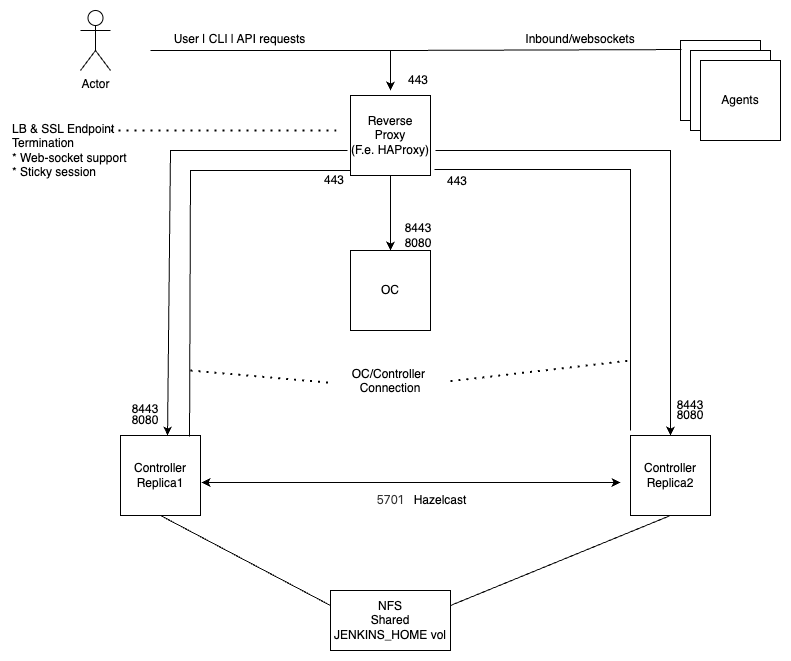
This is docs/Ci-HAProxy.png from org-cloudbees-dragan/traditional-ha, a draw.io export, as it was before one commit. Source tidied: cells renumbered, new cells last; positions are measured from the earlier drawing's top-left corner, leaving out a move shared by most shapes.
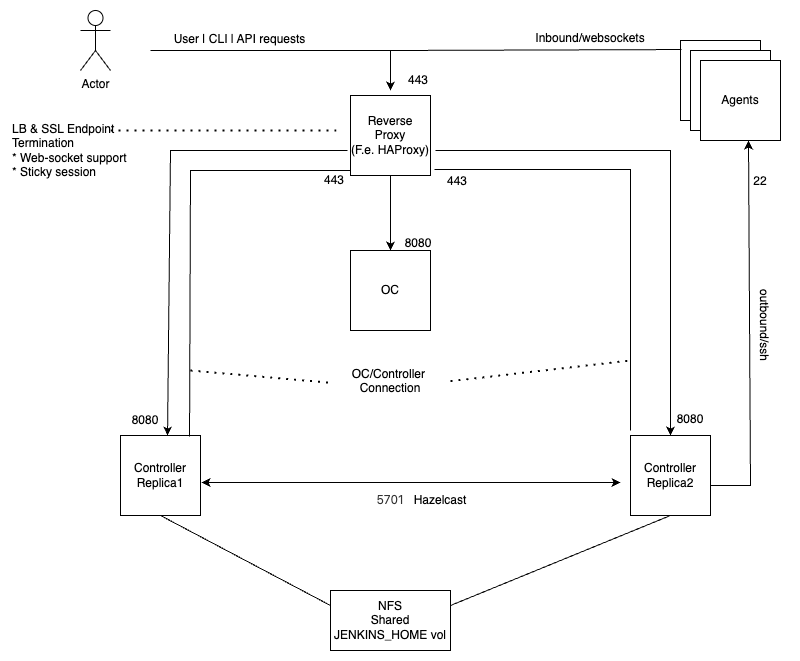
Later version of the same file.

What changed in the source:
```diff
@@ -44,7 +44,7 @@
       <mxGeometry x="105" y="395" width="60" height="30" as="geometry" />
     </mxCell>
     <mxCell id="12" value="8080" style="text;html=1;align=center;verticalAlign=middle;whiteSpace=wrap;rounded=0;" parent="1" vertex="1">
-      <mxGeometry x="650" y="390" width="60" height="30" as="geometry" />
+      <mxGeometry x="650" y="394" width="60" height="30" as="geometry" />
     </mxCell>
     <mxCell id="13" style="endArrow=classic;html=1;rounded=0;entryX=0.5;entryY=0;entryDx=0;entryDy=0;" parent="1" edge="1" target="4">
       <mxGeometry relative="1" as="geometry">
@@ -57,8 +57,8 @@
     <mxCell id="14" value="Agents" style="whiteSpace=wrap;html=1;" parent="1" vertex="1">
       <mxGeometry x="670" y="30" width="80" height="80" as="geometry" />
     </mxCell>
-    <mxCell id="15" value="Inbound/websockets" style="text;html=1;align=center;verticalAlign=middle;whiteSpace=wrap;rounded=0;" parent="1" vertex="1">
-      <mxGeometry x="460" y="14" width="220" height="30" as="geometry" />
+    <mxCell id="15" value="outbound/ssh" style="text;html=1;align=center;verticalAlign=middle;whiteSpace=wrap;rounded=0;rotation=90;" parent="1" vertex="1">
+      <mxGeometry x="644" y="300" width="220" height="30" as="geometry" />
     </mxCell>
     <mxCell id="16" style="endArrow=none;html=1;rounded=0;entryX=0.013;entryY=0.113;entryDx=0;entryDy=0;entryPerimeter=0;" parent="1" edge="1" target="14">
       <mxGeometry relative="1" as="geometry">
@@ -85,7 +85,7 @@
     <mxCell id="22" style="endArrow=classic;html=1;rounded=0;entryX=0.5;entryY=0;entryDx=0;entryDy=0;exitX=0.5;exitY=1;exitDx=0;exitDy=0;" parent="1" edge="1" source="2" target="21">
       <mxGeometry relative="1" as="geometry" />
     </mxCell>
-    <mxCell id="23" value="8443&lt;br&gt;8080" style="text;html=1;align=center;verticalAlign=middle;whiteSpace=wrap;rounded=0;" parent="1" vertex="1">
+    <mxCell id="23" value="&lt;br&gt;8080" style="text;html=1;align=center;verticalAlign=middle;whiteSpace=wrap;rounded=0;" parent="1" vertex="1">
       <mxGeometry x="378" y="210" width="60" height="30" as="geometry" />
     </mxCell>
     <mxCell id="24" value="LB &amp;amp; SSL Endpoint Termination&lt;br&gt;* Web-socket support&lt;br&gt;* Sticky session" style="text;html=1;align=left;verticalAlign=middle;whiteSpace=wrap;rounded=0;" parent="1" vertex="1">
@@ -141,11 +141,18 @@
     <mxCell id="35" value="Agents" style="whiteSpace=wrap;html=1;" parent="1" vertex="1">
       <mxGeometry x="690" y="50" width="80" height="80" as="geometry" />
     </mxCell>
-    <mxCell id="36" value="8443" style="text;html=1;align=center;verticalAlign=middle;whiteSpace=wrap;rounded=0;" parent="1" vertex="1">
-      <mxGeometry x="105" y="384" width="60" height="30" as="geometry" />
-    </mxCell>
-    <mxCell id="37" value="8443" style="text;html=1;align=center;verticalAlign=middle;whiteSpace=wrap;rounded=0;" parent="1" vertex="1">
-      <mxGeometry x="650" y="380" width="60" height="30" as="geometry" />
-    </mxCell>
+    <mxCell id="38" style="endArrow=classic;html=1;rounded=0;exitX=1;exitY=0.625;exitDx=0;exitDy=0;exitPerimeter=0;entryX=0.6;entryY=1;entryDx=0;entryDy=0;entryPerimeter=0;" parent="1" edge="1" source="4" target="35">
+      <mxGeometry relative="1" as="geometry">
+        <Array as="points">
+          <mxPoint x="740" y="475" />
+        </Array>
+      </mxGeometry>
+    </mxCell>
+    <mxCell id="39" value="22" style="text;html=1;align=center;verticalAlign=middle;whiteSpace=wrap;rounded=0;" parent="1" vertex="1">
+      <mxGeometry x="720" y="156" width="60" height="30" as="geometry" />
+    </mxCell>
+    <mxCell id="40" value="Inbound/websockets" style="text;html=1;align=center;verticalAlign=middle;whiteSpace=wrap;rounded=0;" parent="1" vertex="1">
+      <mxGeometry x="470" y="13" width="220" height="30" as="geometry" />
+    </mxCell>
   </root>
 </mxGraphModel>
```
